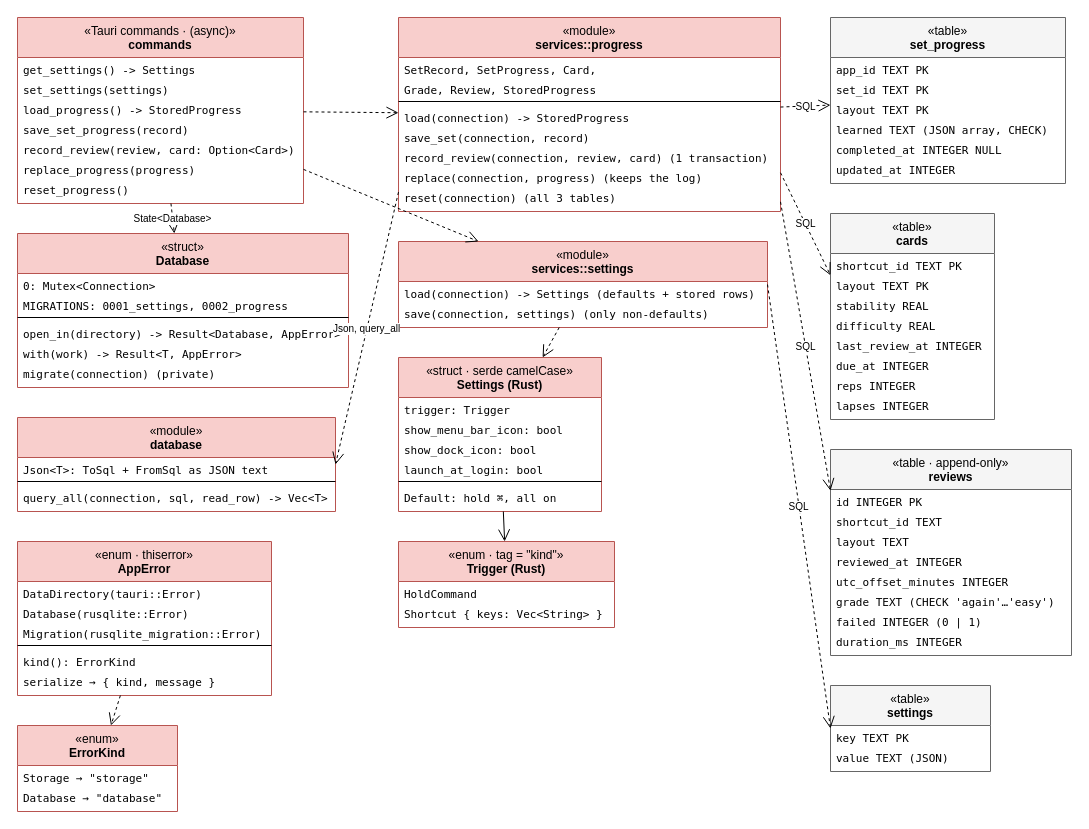
Before: page "Classes – Rust & SQLite" (6 of 10) of docs/uml.drawio in r0binius/mathe2-trainer, a draw.io diagram. Source tidied: cells renumbered, new cells numbered last; positions are measured from the earlier drawing's top-left corner, leaving out a move shared by most shapes. Both pictures are drawn from the tidied source at 100%, with x=0, y=0 at pixel (17, 17).
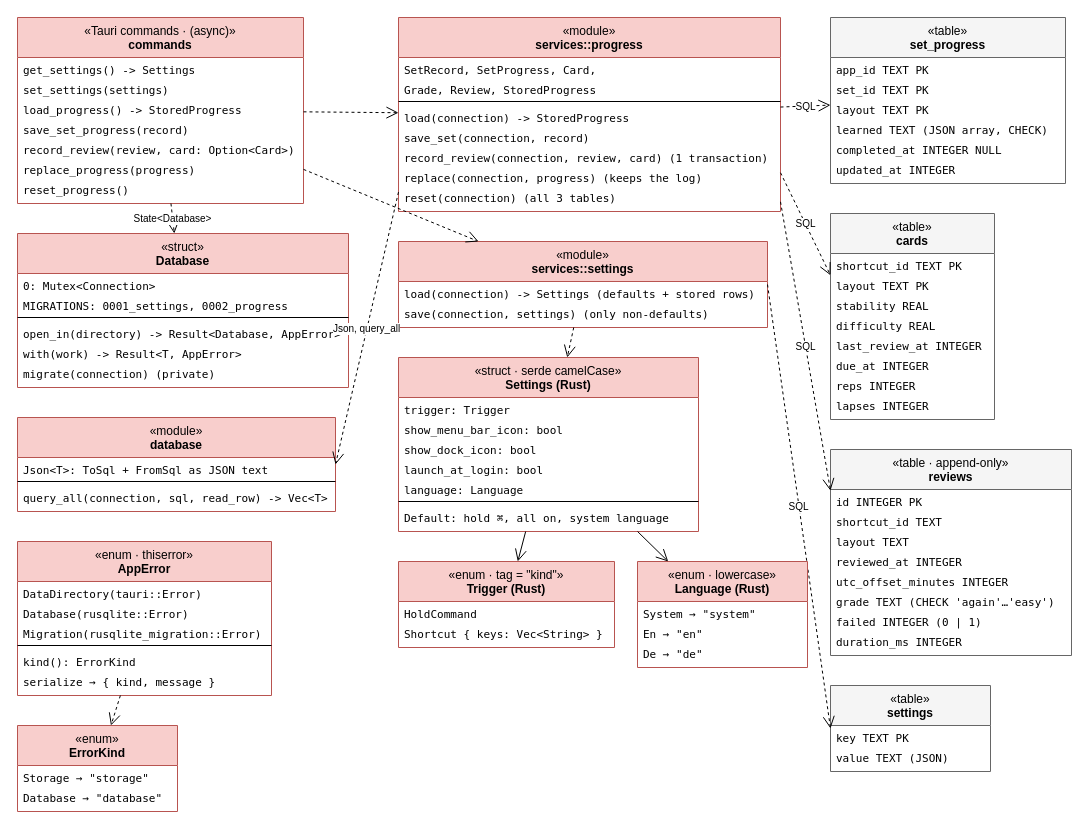
Above is the later version.

Change to the diagram source:
```diff
@@
     <mxCell id="43" value="&amp;laquo;struct · serde camelCase&amp;raquo;&lt;br&gt;&lt;b&gt;Settings (Rust)&lt;/b&gt;" style="swimlane;fontStyle=0;align=center;verticalAlign=top;horizontal=1;startSize=40;html=1;whiteSpace=wrap;fillColor=#f8cecc;strokeColor=#b85450;swimlaneFillColor=#ffffff;" parent="1" vertex="1">
-      <mxGeometry x="381" y="340" width="203" height="154" as="geometry" />
+      <mxGeometry x="381" y="340" width="300" height="174" as="geometry" />
     </mxCell>
     <mxCell id="44" value="trigger: Trigger" style="text;strokeColor=none;fillColor=none;align=left;verticalAlign=top;spacingLeft=4;spacingRight=4;overflow=hidden;fontSize=11;fontFamily=Menlo;html=0;" parent="43" vertex="1">
-      <mxGeometry y="40" width="203" height="20" as="geometry" />
+      <mxGeometry y="40" width="300" height="20" as="geometry" />
     </mxCell>
     <mxCell id="45" value="show_menu_bar_icon: bool" style="text;strokeColor=none;fillColor=none;align=left;verticalAlign=top;spacingLeft=4;spacingRight=4;overflow=hidden;fontSize=11;fontFamily=Menlo;html=0;" parent="43" vertex="1">
-      <mxGeometry y="60" width="203" height="20" as="geometry" />
+      <mxGeometry y="60" width="300" height="20" as="geometry" />
     </mxCell>
     <mxCell id="46" value="show_dock_icon: bool" style="text;strokeColor=none;fillColor=none;align=left;verticalAlign=top;spacingLeft=4;spacingRight=4;overflow=hidden;fontSize=11;fontFamily=Menlo;html=0;" parent="43" vertex="1">
-      <mxGeometry y="80" width="203" height="20" as="geometry" />
+      <mxGeometry y="80" width="300" height="20" as="geometry" />
     </mxCell>
     <mxCell id="47" value="launch_at_login: bool" style="text;strokeColor=none;fillColor=none;align=left;verticalAlign=top;spacingLeft=4;spacingRight=4;overflow=hidden;fontSize=11;fontFamily=Menlo;html=0;" parent="43" vertex="1">
-      <mxGeometry y="100" width="203" height="20" as="geometry" />
+      <mxGeometry y="100" width="300" height="20" as="geometry" />
     </mxCell>
     <mxCell id="48" style="line;strokeWidth=1;fillColor=none;align=left;verticalAlign=middle;spacingTop=-1;spacingLeft=3;spacingRight=3;labelPosition=right;" parent="43" vertex="1">
-      <mxGeometry y="120" width="203" height="8" as="geometry" />
+      <mxGeometry y="140" width="300" height="8" as="geometry" />
     </mxCell>
-    <mxCell id="49" value="Default: hold ⌘, all on" style="text;strokeColor=none;fillColor=none;align=left;verticalAlign=top;spacingLeft=4;spacingRight=4;overflow=hidden;fontSize=11;fontFamily=Menlo;html=0;" parent="43" vertex="1">
-      <mxGeometry y="128" width="203" height="20" as="geometry" />
+    <mxCell id="49" value="Default: hold ⌘, all on, system language" style="text;strokeColor=none;fillColor=none;align=left;verticalAlign=top;spacingLeft=4;spacingRight=4;overflow=hidden;fontSize=11;fontFamily=Menlo;html=0;" parent="43" vertex="1">
+      <mxGeometry y="148" width="300" height="20" as="geometry" />
     </mxCell>
     <mxCell id="50" value="&amp;laquo;enum · tag = &amp;quot;kind&amp;quot;&amp;raquo;&lt;br&gt;&lt;b&gt;Trigger (Rust)&lt;/b&gt;" style="swimlane;fontStyle=0;align=center;verticalAlign=top;horizontal=1;startSize=40;html=1;whiteSpace=wrap;fillColor=#f8cecc;strokeColor=#b85450;swimlaneFillColor=#ffffff;" parent="1" vertex="1">
-      <mxGeometry x="381" y="524" width="216" height="86" as="geometry" />
+      <mxGeometry x="381" y="544" width="216" height="86" as="geometry" />
     </mxCell>
@@
+    <mxCell id="92" value="language: Language" style="text;strokeColor=none;fillColor=none;align=left;verticalAlign=top;spacingLeft=4;spacingRight=4;overflow=hidden;fontSize=11;fontFamily=Menlo;html=0;" parent="43" vertex="1">
+      <mxGeometry y="120" width="300" height="20" as="geometry" />
+    </mxCell>
+    <mxCell id="93" value="&amp;laquo;enum · lowercase&amp;raquo;&lt;br&gt;&lt;b&gt;Language (Rust)&lt;/b&gt;" style="swimlane;fontStyle=0;align=center;verticalAlign=top;horizontal=1;startSize=40;html=1;whiteSpace=wrap;fillColor=#f8cecc;strokeColor=#b85450;swimlaneFillColor=#ffffff;" parent="1" vertex="1">
+      <mxGeometry x="620" y="544" width="170" height="106" as="geometry" />
+    </mxCell>
+    <mxCell id="94" value="System  → &quot;system&quot;" style="text;strokeColor=none;fillColor=none;align=left;verticalAlign=top;spacingLeft=4;spacingRight=4;overflow=hidden;fontSize=11;fontFamily=Menlo;html=0;" parent="93" vertex="1">
+      <mxGeometry y="40" width="170" height="20" as="geometry" />
+    </mxCell>
+    <mxCell id="95" value="En  → &quot;en&quot;" style="text;strokeColor=none;fillColor=none;align=left;verticalAlign=top;spacingLeft=4;spacingRight=4;overflow=hidden;fontSize=11;fontFamily=Menlo;html=0;" parent="93" vertex="1">
+      <mxGeometry y="60" width="170" height="20" as="geometry" />
+    </mxCell>
+    <mxCell id="96" value="De  → &quot;de&quot;" style="text;strokeColor=none;fillColor=none;align=left;verticalAlign=top;spacingLeft=4;spacingRight=4;overflow=hidden;fontSize=11;fontFamily=Menlo;html=0;" parent="93" vertex="1">
+      <mxGeometry y="80" width="170" height="20" as="geometry" />
+    </mxCell>
+    <mxCell id="97" style="html=1;fontSize=10;labelBackgroundColor=#ffffff;endArrow=open;endSize=10;" parent="1" edge="1" source="43" target="93">
+      <mxGeometry relative="1" as="geometry" />
+    </mxCell>
```
